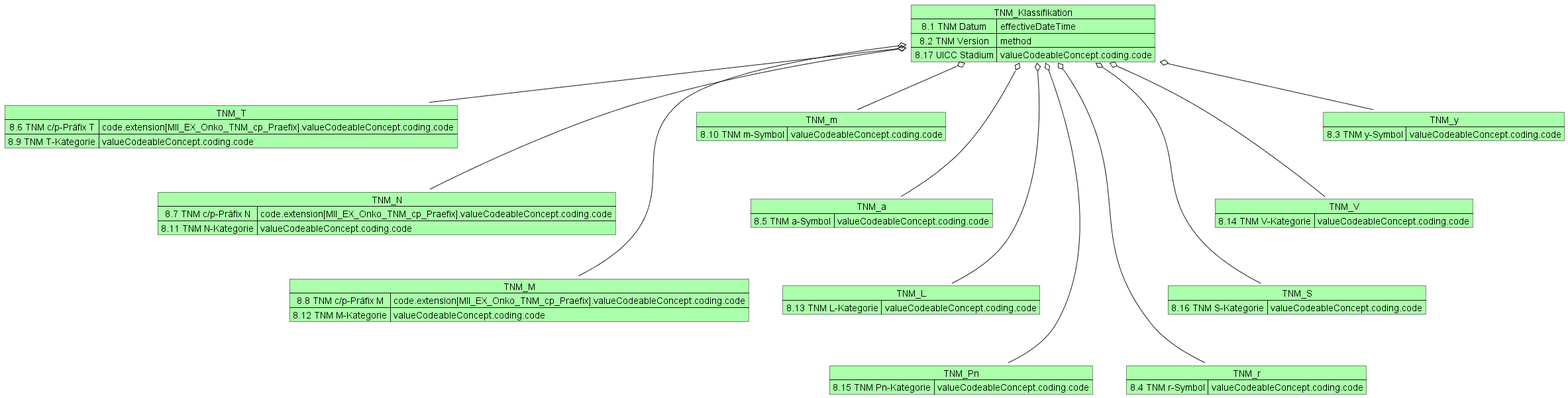
This is information_model/MII_Onko_08_TNM.png from medizininformatik-initiative/kerndatensatzmodul-onkologie, a PlantUML export, as it was before one commit. Its diagram source:
```plantuml
@startuml MII KDS Erweiterungsmodul Onkologie

Map TNM_Klassifikation #AAFFAA {
  8.1 TNM Datum  => effectiveDateTime
  8.2 TNM Version =>method
  8.17 UICC Stadium => valueCodeableConcept.coding.code
}

Map TNM_T #AAFFAA{
    8.6 TNM c/p-Präfix T => code.extension[MII_EX_Onko_TNM_cp_Praefix].valueCodeableConcept.coding.code
    8.9 TNM T-Kategorie => valueCodeableConcept.coding.code
   }

TNM_Klassifikation o-- TNM_T
Map TNM_N #AAFFAA{
    8.7 TNM c/p-Präfix N => code.extension[MII_EX_Onko_TNM_cp_Praefix].valueCodeableConcept.coding.code
    8.11 TNM N-Kategorie => valueCodeableConcept.coding.code
   }
TNM_Klassifikation o--- TNM_N
Map TNM_M #AAFFAA{
    8.8 TNM c/p-Präfix M => code.extension[MII_EX_Onko_TNM_cp_Praefix].valueCodeableConcept.coding.code
    8.12 TNM M-Kategorie => valueCodeableConcept.coding.code
   }
TNM_Klassifikation o---- TNM_M
Map TNM_m #AAFFAA{
    8.10 TNM m-Symbol => valueCodeableConcept.coding.code
}
TNM_Klassifikation o-- TNM_m
Map TNM_a #AAFFAA{
    8.5 TNM a-Symbol => valueCodeableConcept.coding.code
}
TNM_Klassifikation o--- TNM_a
Map TNM_L #AAFFAA{
    8.13 TNM L-Kategorie => valueCodeableConcept.coding.code
}
TNM_Klassifikation o---- TNM_L
Map TNM_Pn #AAFFAA{
    8.15 TNM Pn-Kategorie => valueCodeableConcept.coding.code
}
TNM_Klassifikation o----- TNM_Pn
Map TNM_r #AAFFAA{
    8.4 TNM r-Symbol => valueCodeableConcept.coding.code
}
TNM_Klassifikation o----- TNM_r
Map TNM_S #AAFFAA{
    8.16 TNM S-Kategorie => valueCodeableConcept.coding.code
}
TNM_Klassifikation o---- TNM_S
Map TNM_V #AAFFAA{
    8.14 TNM V-Kategorie => valueCodeableConcept.coding.code
}
TNM_Klassifikation o--- TNM_V
Map TNM_y #AAFFAA{
    8.3 TNM y-Symbol => valueCodeableConcept.coding.code
}
TNM_Klassifikation o-- TNM_y

@enduml
```
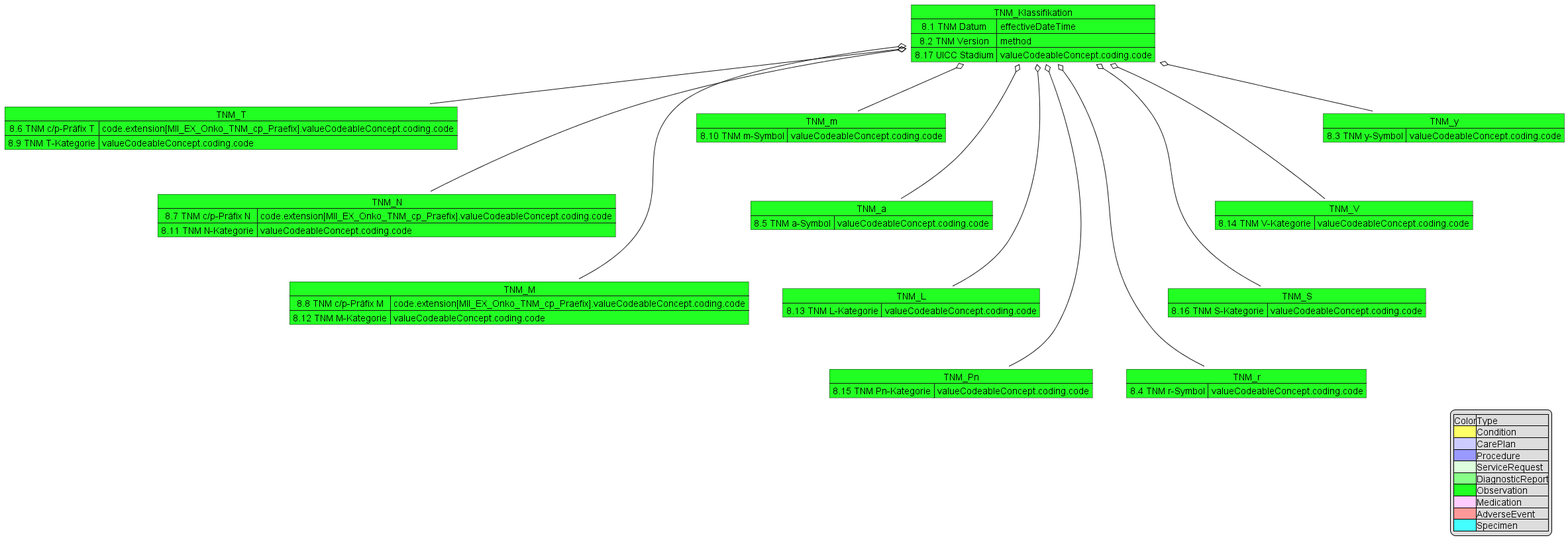
After the commit.

Change to the diagram source:
```diff
@@ -1,58 +1,71 @@
-@startuml MII KDS Erweiterungsmodul Onkologie
-
-Map TNM_Klassifikation #AAFFAA {
+@startuml MII_Onko_08_TNM
+Map TNM_Klassifikation #22FF22 {
   8.1 TNM Datum  => effectiveDateTime
   8.2 TNM Version =>method
   8.17 UICC Stadium => valueCodeableConcept.coding.code
 }
 
-Map TNM_T #AAFFAA{
+Map TNM_T #22FF22{
     8.6 TNM c/p-Präfix T => code.extension[MII_EX_Onko_TNM_cp_Praefix].valueCodeableConcept.coding.code
     8.9 TNM T-Kategorie => valueCodeableConcept.coding.code
    }
 
 TNM_Klassifikation o-- TNM_T
-Map TNM_N #AAFFAA{
+Map TNM_N #22FF22{
     8.7 TNM c/p-Präfix N => code.extension[MII_EX_Onko_TNM_cp_Praefix].valueCodeableConcept.coding.code
     8.11 TNM N-Kategorie => valueCodeableConcept.coding.code
    }
 TNM_Klassifikation o--- TNM_N
-Map TNM_M #AAFFAA{
+Map TNM_M #22FF22{
     8.8 TNM c/p-Präfix M => code.extension[MII_EX_Onko_TNM_cp_Praefix].valueCodeableConcept.coding.code
     8.12 TNM M-Kategorie => valueCodeableConcept.coding.code
    }
 TNM_Klassifikation o---- TNM_M
-Map TNM_m #AAFFAA{
+Map TNM_m #22FF22{
     8.10 TNM m-Symbol => valueCodeableConcept.coding.code
 }
 TNM_Klassifikation o-- TNM_m
-Map TNM_a #AAFFAA{
+Map TNM_a #22FF22{
     8.5 TNM a-Symbol => valueCodeableConcept.coding.code
 }
 TNM_Klassifikation o--- TNM_a
-Map TNM_L #AAFFAA{
+Map TNM_L #22FF22{
     8.13 TNM L-Kategorie => valueCodeableConcept.coding.code
 }
 TNM_Klassifikation o---- TNM_L
-Map TNM_Pn #AAFFAA{
+Map TNM_Pn #22FF22{
     8.15 TNM Pn-Kategorie => valueCodeableConcept.coding.code
 }
 TNM_Klassifikation o----- TNM_Pn
-Map TNM_r #AAFFAA{
+Map TNM_r #22FF22{
     8.4 TNM r-Symbol => valueCodeableConcept.coding.code
 }
 TNM_Klassifikation o----- TNM_r
-Map TNM_S #AAFFAA{
+Map TNM_S #22FF22{
     8.16 TNM S-Kategorie => valueCodeableConcept.coding.code
 }
 TNM_Klassifikation o---- TNM_S
-Map TNM_V #AAFFAA{
+Map TNM_V #22FF22{
     8.14 TNM V-Kategorie => valueCodeableConcept.coding.code
 }
 TNM_Klassifikation o--- TNM_V
-Map TNM_y #AAFFAA{
+Map TNM_y #22FF22{
     8.3 TNM y-Symbol => valueCodeableConcept.coding.code
 }
 TNM_Klassifikation o-- TNM_y
 
+legend right
+|Color|Type|
+|<#FFFF66>|Condition|
+|<#CCCCFF>|CarePlan|
+|<#9999FF>|Procedure|
+|<#DDFFDD>|ServiceRequest|
+|<#88FF88>|DiagnosticReport|
+|<#22FF22>|Observation|
+|<#FFCCFF>|Medication|
+|<#FF9999>|AdverseEvent|
+|<#44FFFF>|Specimen|
+endlegend
+
+
 @enduml
```
